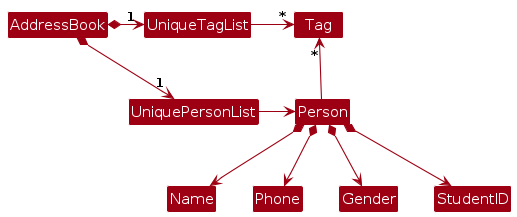
The PlantUML diagram diagrams/BetterModelClassDiagram.png in Beastarz/tp, before a commit. Its source is kept beside it as diagrams/BetterModelClassDiagram.puml.
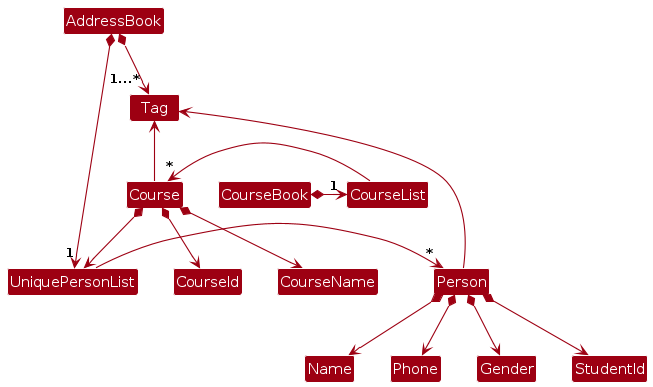
After the change.

What changed in the source:
```diff
@@ -4,18 +4,23 @@
 skinparam arrowColor MODEL_COLOR
 skinparam classBackgroundColor MODEL_COLOR
 
-AddressBook *-right-> "1" UniquePersonList
-AddressBook *-right-> "1" UniqueTagList
-UniqueTagList -[hidden]down- UniquePersonList
-UniqueTagList -[hidden]down- UniquePersonList
+AddressBook *--> "1" UniquePersonList
+AddressBook *--> "1...*" Tag
 
-UniqueTagList -right-> "*" Tag
-UniquePersonList -right-> Person
+CourseBook *-right-> "1" CourseList
 
-Person -up-> "*" Tag
+UniquePersonList -right-> "*" Person
+Person -up-> Tag
+
+CourseList -right-> "*" Course
+
+Course *--> CourseName
+Course *--> CourseId
+Course *--> UniquePersonList
+Course -up-> Tag
 
 Person *--> Name
 Person *--> Phone
 Person *--> Gender
-Person *--> StudentID
+Person *--> StudentId
 @enduml
```
